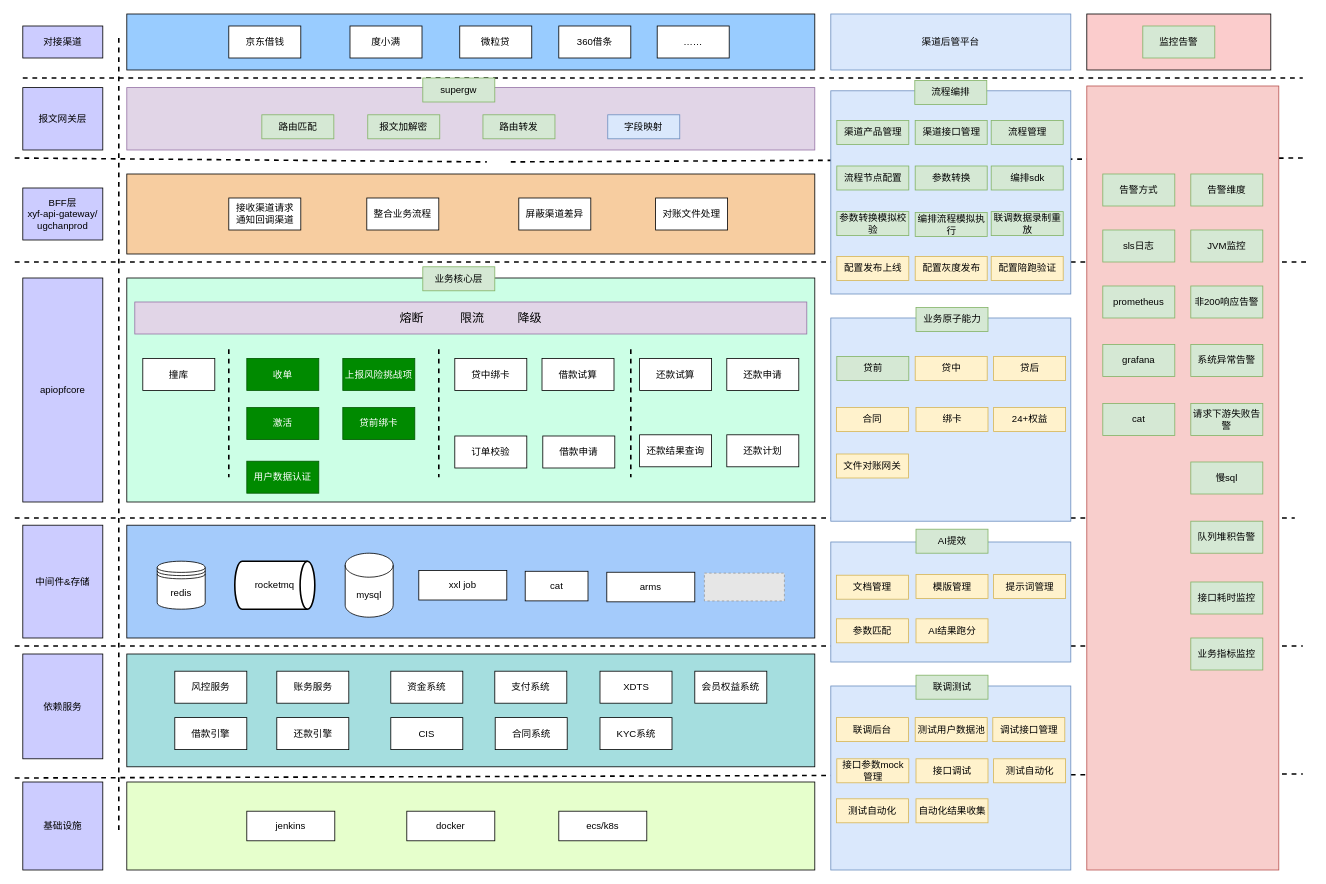
Earlier version of the draw.io diagram api产品中心-系统架构图.drawio (yuanlj-tea/picgo). Source tidied: cells renumbered, new cells numbered last; positions are measured from the earlier drawing's top-left corner, leaving out a move shared by most shapes. Both pictures are drawn from the tidied source at 80%, with x=0, y=0 at pixel (14, 14). Pictures stored in the file or linked from it are replaced by grey dashed boxes.
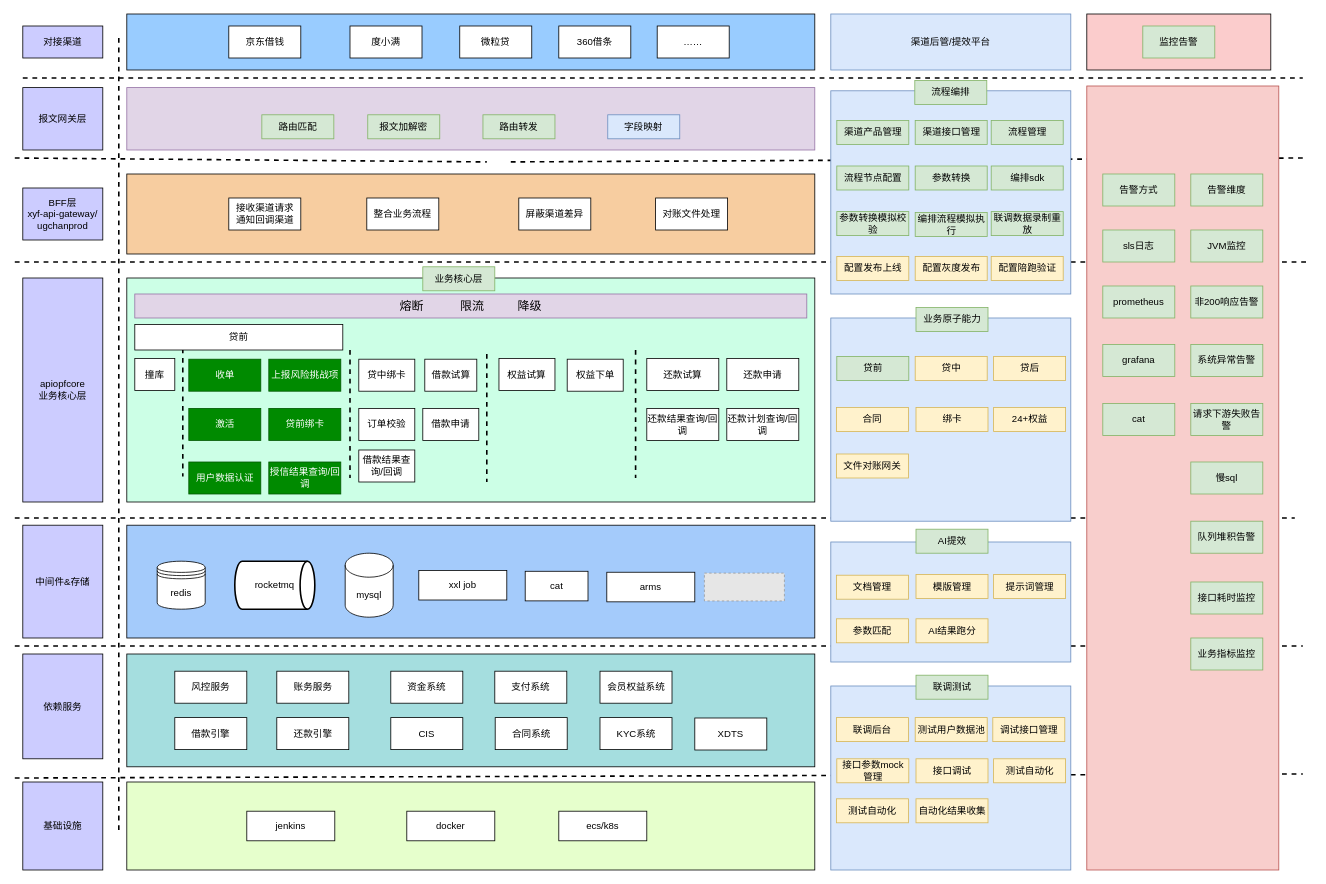
The same page after the edit.

Commit message (it also covers changes not shown here):
更新api产品中心-系统架构图.drawio

Change to the diagram source:
```diff
@@
-    <mxCell id="13" value="apiopfcore" style="rounded=0;whiteSpace=wrap;html=1;fillColor=#CCCCFF;" parent="1" vertex="1">
+    <mxCell id="13" value="apiopfcore&lt;div&gt;业务核心层&lt;/div&gt;" style="rounded=0;whiteSpace=wrap;html=1;fillColor=#CCCCFF;" parent="1" vertex="1">
       <mxGeometry x="10" y="330" width="100" height="280" as="geometry" />
     </mxCell>
@@
     <mxCell id="18" value="收单" style="rounded=0;whiteSpace=wrap;html=1;fillColor=#008a00;strokeColor=#005700;fontColor=#ffffff;" parent="1" vertex="1">
-      <mxGeometry x="290" y="430.5" width="90" height="40" as="geometry" />
+      <mxGeometry x="217.5" y="431.5" width="90" height="40" as="geometry" />
     </mxCell>
     <mxCell id="19" value="上报风险挑战项" style="rounded=0;whiteSpace=wrap;html=1;fillColor=#008a00;strokeColor=#005700;fontColor=#ffffff;" parent="1" vertex="1">
-      <mxGeometry x="410" y="430.5" width="90" height="40" as="geometry" />
+      <mxGeometry x="317.5" y="431.5" width="90" height="40" as="geometry" />
     </mxCell>
     <mxCell id="20" value="激活" style="rounded=0;whiteSpace=wrap;html=1;fillColor=#008a00;strokeColor=#005700;fontColor=#ffffff;" parent="1" vertex="1">
-      <mxGeometry x="290" y="492" width="90" height="40" as="geometry" />
+      <mxGeometry x="217.5" y="493" width="90" height="40" as="geometry" />
     </mxCell>
     <mxCell id="21" value="贷前绑卡" style="rounded=0;whiteSpace=wrap;html=1;fillColor=#008a00;strokeColor=#005700;fontColor=#ffffff;" parent="1" vertex="1">
-      <mxGeometry x="410" y="492" width="90" height="40" as="geometry" />
+      <mxGeometry x="317.5" y="493" width="90" height="40" as="geometry" />
     </mxCell>
@@
     <mxCell id="39" value="贷中绑卡" style="rounded=0;whiteSpace=wrap;html=1;" parent="1" vertex="1">
-      <mxGeometry x="550" y="430.5" width="90" height="40" as="geometry" />
+      <mxGeometry x="430" y="431.5" width="70" height="40" as="geometry" />
     </mxCell>
@@
     <mxCell id="46" value="XDTS" style="rounded=0;whiteSpace=wrap;html=1;" parent="1" vertex="1">
-      <mxGeometry x="731.5" y="821.5" width="90" height="40" as="geometry" />
+      <mxGeometry x="850" y="880" width="90" height="40" as="geometry" />
     </mxCell>
@@
     <mxCell id="66" value="订单校验" style="rounded=0;whiteSpace=wrap;html=1;" parent="1" vertex="1">
-      <mxGeometry x="550" y="527.5" width="90" height="40" as="geometry" />
+      <mxGeometry x="430" y="493" width="70" height="40" as="geometry" />
     </mxCell>
     <mxCell id="67" value="借款试算" style="rounded=0;whiteSpace=wrap;html=1;" parent="1" vertex="1">
-      <mxGeometry x="659" y="430.5" width="90" height="40" as="geometry" />
+      <mxGeometry x="512.5" y="431.5" width="65" height="40" as="geometry" />
     </mxCell>
@@
-    <mxCell id="69" value="还款计划" style="rounded=0;whiteSpace=wrap;html=1;" parent="1" vertex="1">
-      <mxGeometry x="890" y="526" width="90" height="40" as="geometry" />
+    <mxCell id="69" value="还款计划查询/回调" style="rounded=0;whiteSpace=wrap;html=1;" parent="1" vertex="1">
+      <mxGeometry x="890" y="493" width="90" height="40" as="geometry" />
     </mxCell>
     <mxCell id="70" value="撞库" style="rounded=0;whiteSpace=wrap;html=1;" parent="1" vertex="1">
-      <mxGeometry x="160" y="430.5" width="90" height="40" as="geometry" />
+      <mxGeometry x="150" y="430.5" width="50" height="40" as="geometry" />
     </mxCell>
     <mxCell id="71" value="借款申请" style="rounded=0;whiteSpace=wrap;html=1;" parent="1" vertex="1">
-      <mxGeometry x="660" y="527.5" width="90" height="40" as="geometry" />
+      <mxGeometry x="510" y="493" width="70" height="40" as="geometry" />
     </mxCell>
     <mxCell id="72" value="还款试算" style="rounded=0;whiteSpace=wrap;html=1;" parent="1" vertex="1">
-      <mxGeometry x="781" y="430.5" width="90" height="40" as="geometry" />
+      <mxGeometry x="790" y="430.5" width="90" height="40" as="geometry" />
     </mxCell>
     <mxCell id="73" style="endArrow=none;dashed=1;html=1;rounded=0;strokeWidth=2;" parent="1" edge="1">
       <mxGeometry relative="1" as="geometry">
-        <mxPoint x="267.5" y="419" as="sourcePoint" />
-        <mxPoint x="267.5" y="579" as="targetPoint" />
+        <mxPoint x="210" y="418" as="sourcePoint" />
+        <mxPoint x="210" y="578" as="targetPoint" />
       </mxGeometry>
     </mxCell>
     <mxCell id="74" style="endArrow=none;dashed=1;html=1;rounded=0;strokeWidth=2;" parent="1" edge="1">
       <mxGeometry relative="1" as="geometry">
-        <mxPoint x="530" y="419" as="sourcePoint" />
-        <mxPoint x="530" y="579" as="targetPoint" />
+        <mxPoint x="419" y="420" as="sourcePoint" />
+        <mxPoint x="419" y="580" as="targetPoint" />
       </mxGeometry>
     </mxCell>
     <mxCell id="75" style="endArrow=none;dashed=1;html=1;rounded=0;strokeWidth=2;" parent="1" edge="1">
       <mxGeometry relative="1" as="geometry">
-        <mxPoint x="770" y="419" as="sourcePoint" />
-        <mxPoint x="770" y="579" as="targetPoint" />
+        <mxPoint x="776" y="420" as="sourcePoint" />
+        <mxPoint x="776" y="580" as="targetPoint" />
       </mxGeometry>
     </mxCell>
@@
-    <mxCell id="81" value="supergw" style="rounded=0;whiteSpace=wrap;html=1;fillColor=#d5e8d4;strokeColor=#82b366;" parent="1" vertex="1">
-      <mxGeometry x="510" y="80" width="90" height="30" as="geometry" />
-    </mxCell>
-    <mxCell id="82" value="还款结果查询" style="rounded=0;whiteSpace=wrap;html=1;" parent="1" vertex="1">
-      <mxGeometry x="781" y="526" width="90" height="40" as="geometry" />
+    <mxCell id="82" value="还款结果查询/回调" style="rounded=0;whiteSpace=wrap;html=1;" parent="1" vertex="1">
+      <mxGeometry x="790" y="493" width="90" height="40" as="geometry" />
     </mxCell>
     <mxCell id="83" value="熔断&amp;nbsp; &amp;nbsp; &amp;nbsp; &amp;nbsp; &amp;nbsp; &amp;nbsp;限流&amp;nbsp; &amp;nbsp; &amp;nbsp; &amp;nbsp; &amp;nbsp; 降级" style="rounded=0;whiteSpace=wrap;html=1;fillColor=#e1d5e7;strokeColor=#9673a6;fontSize=15;" parent="1" vertex="1">
-      <mxGeometry x="150" y="360" width="840" height="40" as="geometry" />
+      <mxGeometry x="150" y="350" width="840" height="30" as="geometry" />
     </mxCell>
     <mxCell id="84" value="用户数据认证" style="rounded=0;whiteSpace=wrap;html=1;fillColor=#008a00;strokeColor=#005700;fontColor=#ffffff;" parent="1" vertex="1">
-      <mxGeometry x="290" y="559" width="90" height="40" as="geometry" />
+      <mxGeometry x="217.5" y="560" width="90" height="40" as="geometry" />
     </mxCell>
@@
     <mxCell id="93" value="会员权益系统" style="rounded=0;whiteSpace=wrap;html=1;" parent="1" vertex="1">
-      <mxGeometry x="850" y="821.5" width="90" height="40" as="geometry" />
+      <mxGeometry x="731.5" y="821.5" width="90" height="40" as="geometry" />
     </mxCell>
@@
-    <mxCell id="95" value="渠道后管平台" style="rounded=0;whiteSpace=wrap;html=1;fillColor=#dae8fc;strokeColor=#6c8ebf;" parent="1" vertex="1">
+    <mxCell id="95" value="渠道后管/提效平台" style="rounded=0;whiteSpace=wrap;html=1;fillColor=#dae8fc;strokeColor=#6c8ebf;" parent="1" vertex="1">
       <mxGeometry x="1020" width="300" height="70" as="geometry" />
     </mxCell>
@@
+    <mxCell id="136" value="贷前" style="rounded=0;whiteSpace=wrap;html=1;" parent="1" vertex="1">
+      <mxGeometry x="150" y="388" width="260" height="32" as="geometry" />
+    </mxCell>
+    <mxCell id="137" value="借款结果查询/回调" style="rounded=0;whiteSpace=wrap;html=1;" parent="1" vertex="1">
+      <mxGeometry x="430" y="545" width="70" height="40" as="geometry" />
+    </mxCell>
+    <mxCell id="138" style="endArrow=none;dashed=1;html=1;rounded=0;strokeWidth=2;" parent="1" edge="1">
+      <mxGeometry relative="1" as="geometry">
+        <mxPoint x="590" y="425" as="sourcePoint" />
+        <mxPoint x="590" y="585" as="targetPoint" />
+      </mxGeometry>
+    </mxCell>
+    <mxCell id="139" value="权益试算" style="rounded=0;whiteSpace=wrap;html=1;" parent="1" vertex="1">
+      <mxGeometry x="605.2" y="430.5" width="70" height="40" as="geometry" />
+    </mxCell>
+    <mxCell id="140" value="权益下单" style="rounded=0;whiteSpace=wrap;html=1;" parent="1" vertex="1">
+      <mxGeometry x="690.5" y="431.5" width="70" height="40" as="geometry" />
+    </mxCell>
+    <mxCell id="141" value="授信结果查询/回调" style="rounded=0;whiteSpace=wrap;html=1;fillColor=#008a00;strokeColor=#005700;fontColor=#ffffff;" parent="1" vertex="1">
+      <mxGeometry x="317.5" y="560" width="90" height="40" as="geometry" />
+    </mxCell>
```
